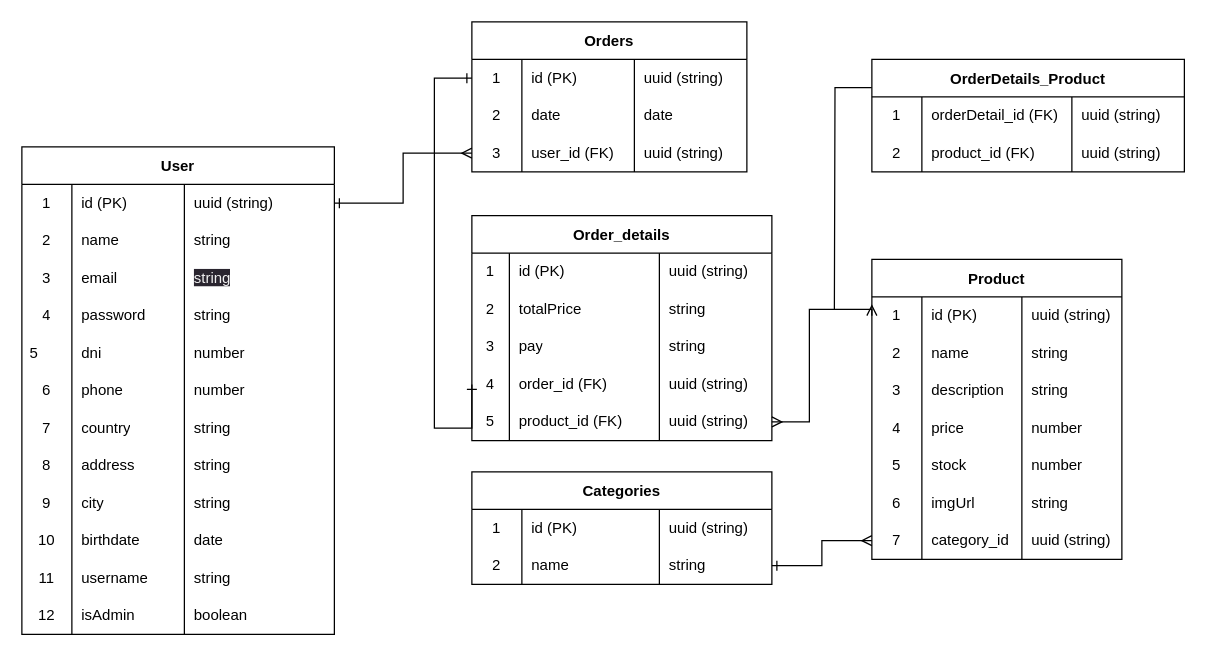
The draw.io diagram ecommerce-cabanita2390/Extras/readmes/diagrama-entidad-relacion.drawio in cabanita2390/Ecommerce, before the edit. Source tidied: cells renumbered, new cells numbered last; positions are measured from the earlier drawing's top-left corner, leaving out a move shared by most shapes. Both pictures are drawn from the tidied source at 125%, with x=0, y=0 at pixel (21, 21).
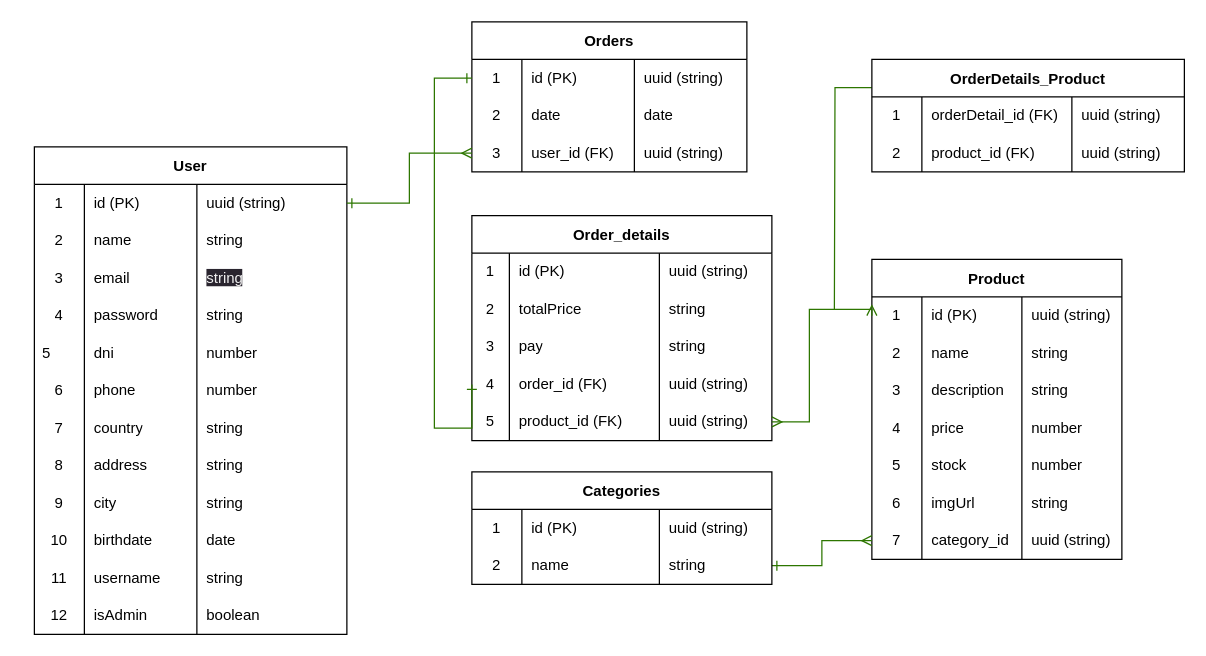
After the change.

The change refers to these unchanged cells:
```xml
<mxCell id="3" style="shape=tableRow;horizontal=0;startSize=0;swimlaneHead=0;swimlaneBody=0;top=0;left=0;bottom=0;right=0;fillColor=none;points=[[0,0.5],[1,0.5]];portConstraint=eastwest;" parent="2" vertex="1">
  <mxGeometry y="30" width="250" height="30" as="geometry" />
</mxCell>
<mxCell id="52" style="shape=tableRow;horizontal=0;startSize=0;swimlaneHead=0;swimlaneBody=0;top=0;left=0;bottom=0;right=0;fillColor=none;points=[[0,0.5],[1,0.5]];portConstraint=eastwest;" parent="51" vertex="1">
  <mxGeometry y="30" width="220" height="30" as="geometry" />
</mxCell>
<mxCell id="60" style="shape=tableRow;horizontal=0;startSize=0;swimlaneHead=0;swimlaneBody=0;top=0;left=0;bottom=0;right=0;fillColor=none;points=[[0,0.5],[1,0.5]];portConstraint=eastwest;" parent="51" vertex="1">
  <mxGeometry y="90" width="220" height="30" as="geometry" />
</mxCell>
<mxCell id="65" style="shape=tableRow;horizontal=0;startSize=0;swimlaneHead=0;swimlaneBody=0;top=0;left=0;bottom=0;right=0;fillColor=none;points=[[0,0.5],[1,0.5]];portConstraint=eastwest;" parent="64" vertex="1">
  <mxGeometry y="30" width="200" height="30" as="geometry" />
</mxCell>
<mxCell id="89" style="shape=tableRow;horizontal=0;startSize=0;swimlaneHead=0;swimlaneBody=0;top=0;left=0;bottom=0;right=0;fillColor=none;points=[[0,0.5],[1,0.5]];portConstraint=eastwest;" parent="64" vertex="1">
  <mxGeometry y="210" width="200" height="30" as="geometry" />
</mxCell>
<mxCell id="106" style="shape=tableRow;horizontal=0;startSize=0;swimlaneHead=0;swimlaneBody=0;top=0;left=0;bottom=0;right=0;fillColor=none;points=[[0,0.5],[1,0.5]];portConstraint=eastwest;" parent="93" vertex="1">
  <mxGeometry y="120" width="240" height="30" as="geometry" />
</mxCell>
<mxCell id="110" style="shape=tableRow;horizontal=0;startSize=0;swimlaneHead=0;swimlaneBody=0;top=0;left=0;bottom=0;right=0;fillColor=none;points=[[0,0.5],[1,0.5]];portConstraint=eastwest;" parent="93" vertex="1">
  <mxGeometry y="150" width="240" height="30" as="geometry" />
</mxCell>
<mxCell id="120" style="shape=tableRow;horizontal=0;startSize=0;swimlaneHead=0;swimlaneBody=0;top=0;left=0;bottom=0;right=0;fillColor=none;points=[[0,0.5],[1,0.5]];portConstraint=eastwest;" parent="115" vertex="1">
  <mxGeometry y="60" width="240" height="30" as="geometry" />
</mxCell>
<mxCell id="128" value="OrderDetails_Product" style="shape=table;startSize=30;childLayout=tableLayout;rowLines=0;fontStyle=1;" parent="1" vertex="1">
  <mxGeometry x="680" y="30" width="250" height="90" as="geometry" />
</mxCell>
```

Diff of the diagram source:
```diff
@@
     <mxCell id="2" value="User" style="shape=table;startSize=30;childLayout=tableLayout;rowLines=0;fontStyle=1;" parent="1" vertex="1">
-      <mxGeometry y="100" width="250" height="390" as="geometry" />
+      <mxGeometry x="10" y="100" width="250" height="390" as="geometry" />
     </mxCell>
@@
-    <mxCell id="114" style="edgeStyle=orthogonalEdgeStyle;rounded=0;html=1;exitX=1;exitY=0.5;exitDx=0;exitDy=0;entryX=0;entryY=0.5;entryDx=0;entryDy=0;startArrow=ERone;startFill=0;endArrow=ERmany;endFill=0;" parent="1" edge="1" source="120" target="89">
+    <mxCell id="114" style="edgeStyle=orthogonalEdgeStyle;rounded=0;html=1;exitX=1;exitY=0.5;exitDx=0;exitDy=0;entryX=0;entryY=0.5;entryDx=0;entryDy=0;startArrow=ERone;startFill=0;endArrow=ERmany;endFill=0;fillColor=#60a917;strokeColor=#2D7600;" parent="1" edge="1" source="120" target="89">
       <mxGeometry relative="1" as="geometry" />
     </mxCell>
@@
-    <mxCell id="124" style="edgeStyle=orthogonalEdgeStyle;html=1;exitX=1;exitY=0.5;exitDx=0;exitDy=0;entryX=0;entryY=0.5;entryDx=0;entryDy=0;startArrow=ERone;startFill=0;endArrow=ERmany;endFill=0;rounded=0;" parent="1" edge="1" source="3" target="60">
+    <mxCell id="124" style="edgeStyle=orthogonalEdgeStyle;html=1;exitX=1;exitY=0.5;exitDx=0;exitDy=0;entryX=0;entryY=0.5;entryDx=0;entryDy=0;startArrow=ERone;startFill=0;endArrow=ERmany;endFill=0;rounded=0;fillColor=#60a917;strokeColor=#2D7600;" parent="1" edge="1" source="3" target="60">
       <mxGeometry relative="1" as="geometry" />
     </mxCell>
-    <mxCell id="125" style="edgeStyle=orthogonalEdgeStyle;rounded=0;html=1;exitX=0;exitY=0.5;exitDx=0;exitDy=0;entryX=0;entryY=0.5;entryDx=0;entryDy=0;startArrow=ERone;startFill=0;endArrow=ERone;endFill=0;" parent="1" edge="1" source="52" target="106">
+    <mxCell id="125" style="edgeStyle=orthogonalEdgeStyle;rounded=0;html=1;exitX=0;exitY=0.5;exitDx=0;exitDy=0;entryX=0;entryY=0.5;entryDx=0;entryDy=0;startArrow=ERone;startFill=0;endArrow=ERone;endFill=0;fillColor=#60a917;strokeColor=#2D7600;" parent="1" edge="1" source="52" target="106">
       <mxGeometry relative="1" as="geometry">
         <Array as="points">
           <mxPoint x="330" y="45" />
           <mxPoint x="330" y="325" />
         </Array>
       </mxGeometry>
     </mxCell>
-    <mxCell id="126" style="edgeStyle=orthogonalEdgeStyle;rounded=0;html=1;exitX=1;exitY=0.5;exitDx=0;exitDy=0;entryX=0;entryY=0.5;entryDx=0;entryDy=0;startArrow=ERmany;startFill=0;endArrow=ERmany;endFill=0;" parent="1" edge="1" source="110" target="65">
+    <mxCell id="126" style="edgeStyle=orthogonalEdgeStyle;rounded=0;html=1;exitX=1;exitY=0.5;exitDx=0;exitDy=0;entryX=0;entryY=0.5;entryDx=0;entryDy=0;startArrow=ERmany;startFill=0;endArrow=ERmany;endFill=0;fillColor=#60a917;strokeColor=#2D7600;" parent="1" edge="1" source="110" target="65">
       <mxGeometry relative="1" as="geometry">
         <Array as="points">
           <mxPoint x="630" y="320" />
           <mxPoint x="630" y="230" />
           <mxPoint x="680" y="230" />
         </Array>
       </mxGeometry>
     </mxCell>
-    <mxCell id="127" style="edgeStyle=orthogonalEdgeStyle;rounded=0;html=1;exitX=0;exitY=0.25;exitDx=0;exitDy=0;startArrow=none;startFill=0;endArrow=none;endFill=0;" parent="1" edge="1" source="128">
+    <mxCell id="127" style="edgeStyle=orthogonalEdgeStyle;rounded=0;html=1;exitX=0;exitY=0.25;exitDx=0;exitDy=0;startArrow=none;startFill=0;endArrow=none;endFill=0;fillColor=#60a917;strokeColor=#2D7600;" parent="1" edge="1" source="128">
       <mxGeometry relative="1" as="geometry">
         <mxPoint x="650" y="230" as="targetPoint" />
       </mxGeometry>
     </mxCell>
```
